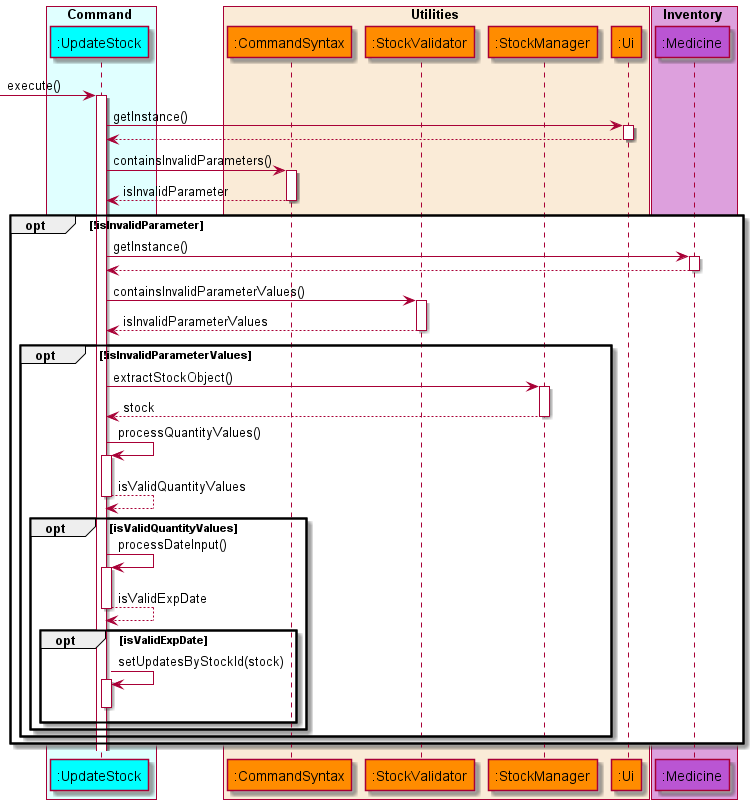
The PlantUML diagram docs/diagrams/diagram_images/UpdateStockSequenceDiagram.png in nus-cs2113-AY2122S1/tp, before a commit.
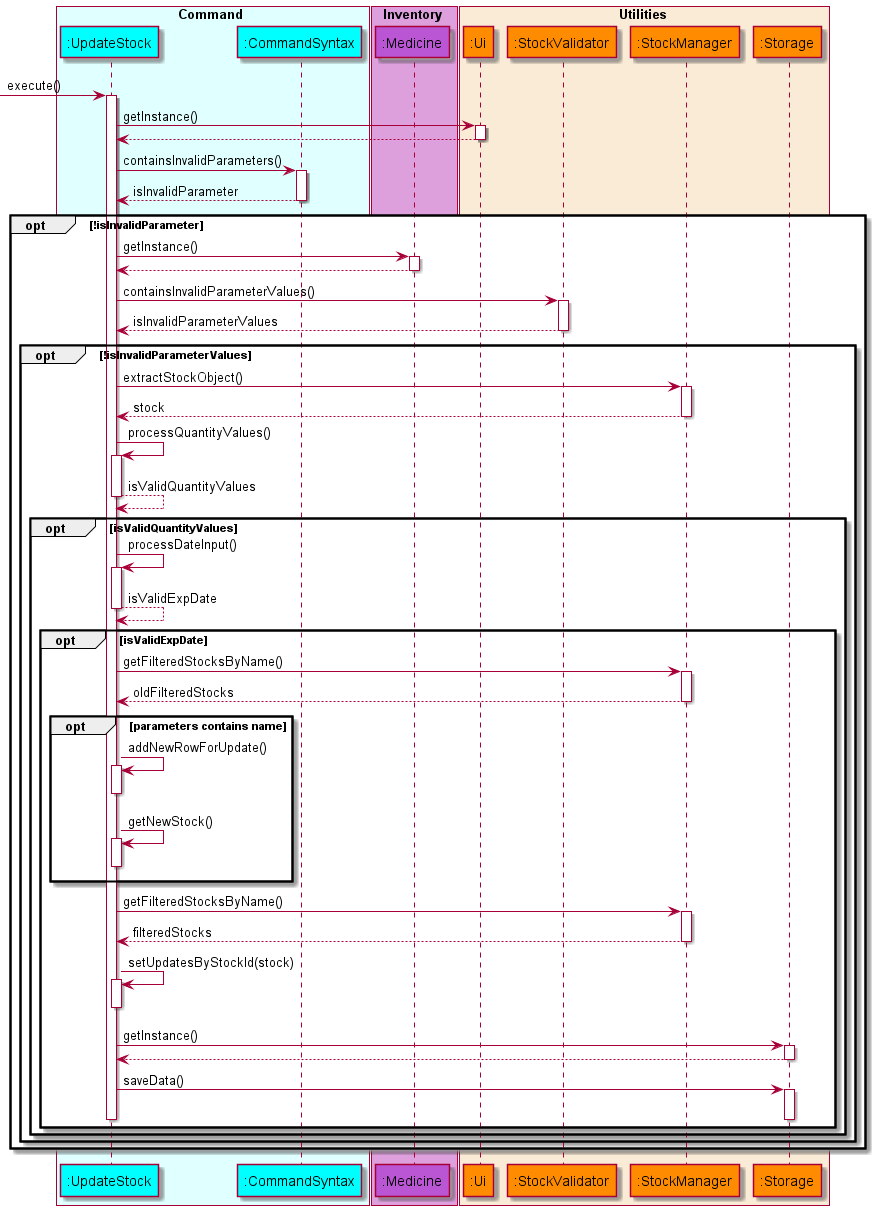
After the commit.

Commit message:
Modify DG and updatestock sequence diagram

What changed in the source:
```diff
@@ -4,17 +4,18 @@
 
 box Command COLOR_COMMAND_BOX
     participant ":UpdateStock" as updatestock COLOR_COMMAND
-end box
-
-box Utilities COLOR_UTILITIES_BOX
-    participant ":CommandSyntax" as commandsyntax COLOR_UTILITIES
-    participant ":StockValidator" as stockvalidator COLOR_UTILITIES
-    participant ":StockManager" as stockmanager COLOR_UTILITIES
-    participant ":Ui" as ui COLOR_UTILITIES
+    participant ":CommandSyntax" as commandsyntax COLOR_COMMAND
 end box
 
 box Inventory COLOR_INVENTORY_BOX
     participant ":Medicine" as medicine COLOR_INVENTORY
+end box
+
+box Utilities COLOR_UTILITIES_BOX
+    participant ":Ui" as ui COLOR_UTILITIES
+    participant ":StockValidator" as stockvalidator COLOR_UTILITIES
+    participant ":StockManager" as stockmanager COLOR_UTILITIES
+    participant ":Storage" as storage COLOR_UTILITIES
 end box
 
 autoactivate on
@@ -44,7 +45,22 @@
                 updatestock --> updatestock: isValidExpDate
 
                 opt isValidExpDate
+                    updatestock -> stockmanager: getFilteredStocksByName()
+                    updatestock <-- stockmanager: oldFilteredStocks
+                    opt parameters contains name
+                        updatestock -> updatestock: addNewRowForUpdate()
+                        deactivate updatestock
+                        updatestock -> updatestock: getNewStock()
+                        deactivate updatestock
+                    end
+                    updatestock -> stockmanager: getFilteredStocksByName()
+                    updatestock <-- stockmanager: filteredStocks
                     updatestock -> updatestock: setUpdatesByStockId(stock)
+                    deactivate updatestock
+                    updatestock -> storage: getInstance()
+                    updatestock <-- storage
+                    updatestock -> storage: saveData()
+                    deactivate storage
                     deactivate updatestock
                 end
             end
```
